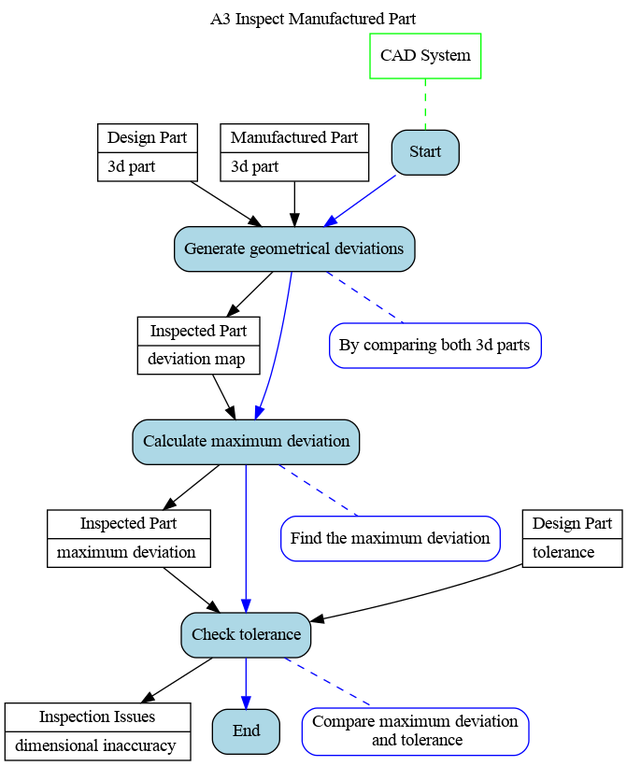
ModelsforManufacturing/hole-flanging-by-SPIF-in-a-single-stage keeps this Graphviz diagram as Ontology_Layer/Behaviour_Model/07_A3.gv.png. Above is the earlier version. Its source is kept beside it as Ontology_Layer/Behaviour_Model/07_A3.gv. Source of this version:
```dot
digraph behaviourmodel {


labelloc="t"
label="A3 Inspect Manufactured Part"

node [shape=record, style=filled, fillcolor=white, color=black]
part_3d [label="{Design Part | 3d part \l}"]
part_tol [label="{Design Part | tolerance \l}"]
manuf_3d [label="{Manufactured Part | 3d part \l}"]
insp_map [label="{Inspected Part | deviation map \l}"]
insp_max [label="{Inspected Part | maximum deviation \l}"]
insp_iss [label="{Inspection Issues | dimensional inaccuracy \l}"]

node [shape=box, style=filled, fillcolor=white, color=green]
cam [label="CAD System"]

node [shape=box, style="filled, rounded", fillcolor=lightblue, color=black]
Start
t1 [label="Generate geometrical deviations"]
t2 [label="Calculate maximum deviation"]
t3 [label="Check tolerance"]
End

node [shape=box, style="filled, rounded", fillcolor=white, color=blue]
r1 [label="By comparing both 3d parts"]
r2 [label="Find the maximum deviation"]
r3 [label="Compare maximum deviation\n and tolerance"]

edge [dir=none, color=blue, style=dashed]
t1 -> r1
t2 -> r2
t3 -> r3

edge [dir=forward, color=blue, fontcolor=blue, style=solid]
Start -> t1
t1 -> t2
t2 -> t3
t3 -> End

edge [dir=none, color=green, style=dashed]
cam -> Start

edge [dir=forward, color=black, fontcolor=black, style=solid]
{part_3d, manuf_3d} -> t1 -> insp_map
insp_map -> t2 -> insp_max
{part_tol, insp_max} -> t3 -> insp_iss
}
```
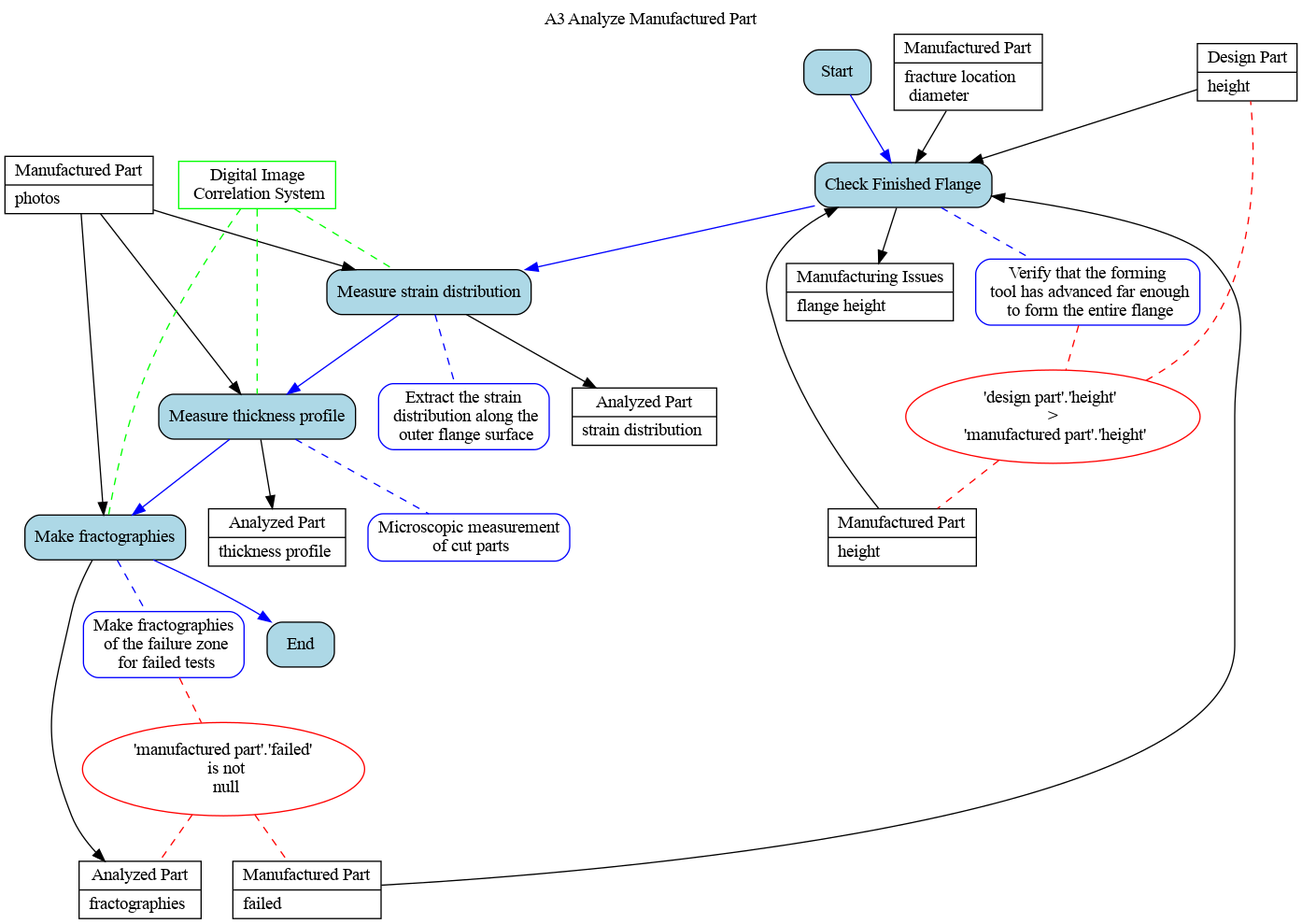
The same diagram one commit later.

The edit, as a diff of the source:
```diff
@@ -2,47 +2,66 @@
 
 
 labelloc="t"
-label="A3 Inspect Manufactured Part"
+label="A3 Analyze Manufactured Part"
 
 node [shape=record, style=filled, fillcolor=white, color=black]
-part_3d [label="{Design Part | 3d part \l}"]
-part_tol [label="{Design Part | tolerance \l}"]
-manuf_3d [label="{Manufactured Part | 3d part \l}"]
-insp_map [label="{Inspected Part | deviation map \l}"]
-insp_max [label="{Inspected Part | maximum deviation \l}"]
-insp_iss [label="{Inspection Issues | dimensional inaccuracy \l}"]
+des_part [label="{Design Part | height \l}"]
+mfd_part_fail [label="{Manufactured Part | failed \l}"]
+mfd_part_h [label="{Manufactured Part | height \l}"]
+mfd_part [label="{Manufactured Part | fracture location \l diameter \l}"]
+mfd_photo [label="{Manufactured Part | photos \l}"]
+ana_strain [label="{Analyzed Part | strain distribution \l}"]
+ana_thick [label="{Analyzed Part | thickness profile \l}"]
+ana_fract [label="{Analyzed Part | fractographies \l}"]
+iss [label="{Manufacturing Issues | flange height \l}"]
 
 node [shape=box, style=filled, fillcolor=white, color=green]
-cam [label="CAD System"]
+dic [label="Digital Image\n Correlation System"]
 
 node [shape=box, style="filled, rounded", fillcolor=lightblue, color=black]
 Start
-t1 [label="Generate geometrical deviations"]
-t2 [label="Calculate maximum deviation"]
-t3 [label="Check tolerance"]
+t1 [label="Check Finished Flange"]
+t2 [label="Measure strain distribution"]
+t3 [label="Measure thickness profile"]
+t4 [label="Make fractographies"]
 End
 
 node [shape=box, style="filled, rounded", fillcolor=white, color=blue]
-r1 [label="By comparing both 3d parts"]
-r2 [label="Find the maximum deviation"]
-r3 [label="Compare maximum deviation\n and tolerance"]
+r1 [label="Verify that the forming\n tool has advanced far enough\n to form the entire flange"]
+r2 [label="Extract the strain\n distribution along the\n outer flange surface"]
+r3 [label="Microscopic measurement\n of cut parts"]
+r4 [label="Make fractographies\n of the failure zone\n for failed tests"]
 
 edge [dir=none, color=blue, style=dashed]
 t1 -> r1
 t2 -> r2
 t3 -> r3
+t4 -> r4
 
 edge [dir=forward, color=blue, fontcolor=blue, style=solid]
 Start -> t1
 t1 -> t2
 t2 -> t3
-t3 -> End
+t3 -> t4
+t4 -> End
 
 edge [dir=none, color=green, style=dashed]
-cam -> Start
+dic -> {t2, t3, t4}
 
 edge [dir=forward, color=black, fontcolor=black, style=solid]
-{part_3d, manuf_3d} -> t1 -> insp_map
-insp_map -> t2 -> insp_max
-{part_tol, insp_max} -> t3 -> insp_iss
+{des_part, mfd_part_fail, mfd_part_h, mfd_part} -> t1
+t1 -> iss
+mfd_photo -> {t2, t3, t4}
+t2 -> ana_strain
+t3 -> ana_thick
+t4 -> ana_fract
+
+node [shape=ellipse, style=filled, fillcolor=white, color=red]
+c1 [label="'design part'.'height' \n > \n 'manufactured part'.'height'"]
+c4 [label="'manufactured part'.'failed'\n is not\n null"]
+
+edge [dir=none, color=red, style=dashed]
+r1 -> c1 -> {des_part, mfd_part_h}
+r4 -> c4 -> {ana_fract, mfd_part_fail}
+
 }
```
